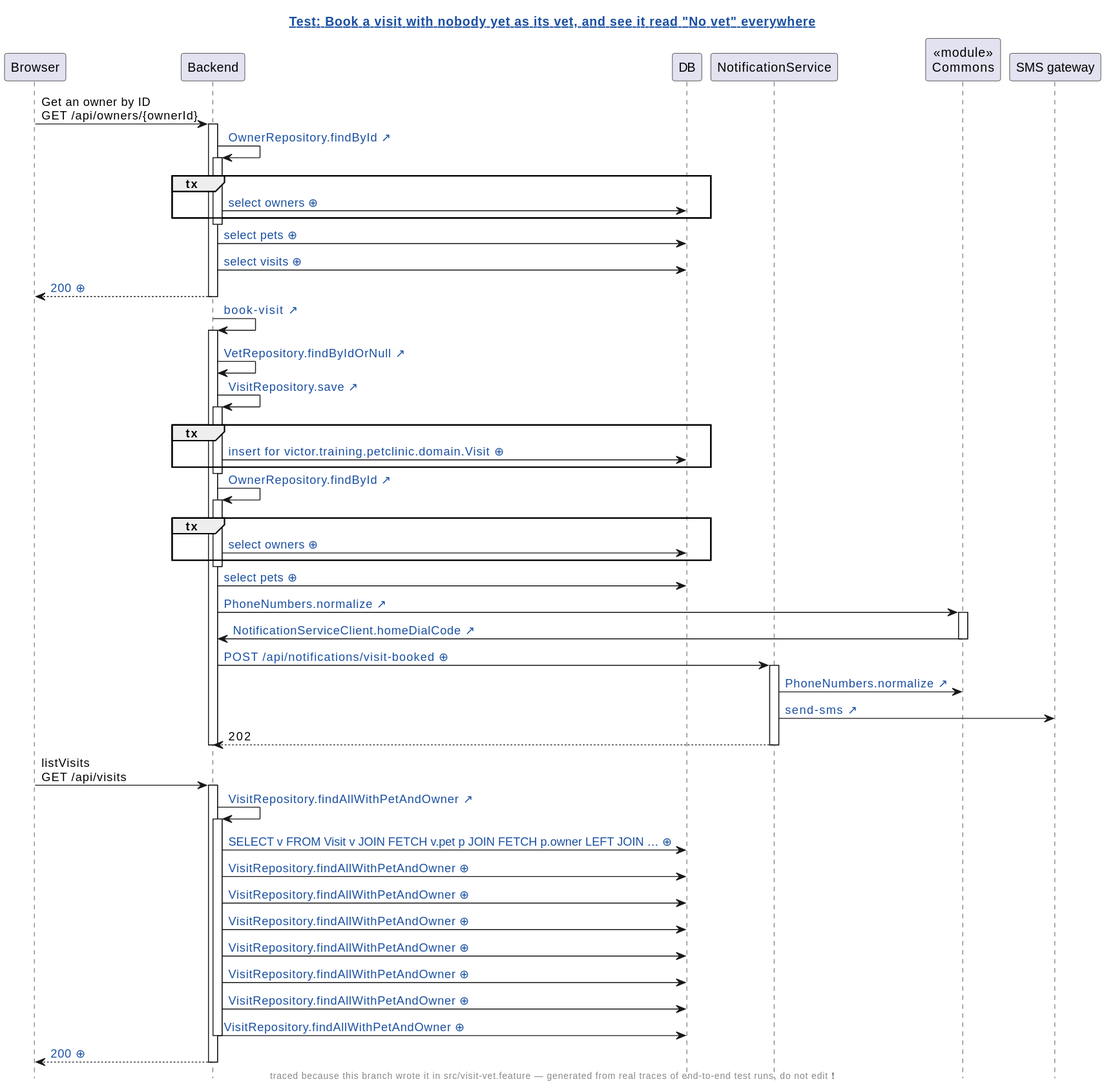
This is demo/demo/assets/diagrams/petclinic-test_generated_visit-vet.feature.book-a-visit-with-nobody-yet-as-its-vet-and-see-it-read-no-vet-everywhere.genseq.new.svg from AgustinOliver98/human-review, a PlantUML export, as it was before one commit. The source it was exported from:
```plantuml
@startuml
hide footbox
skinparam hyperlinkUnderline false
skinparam hyperlinkColor #1A4FA0
title [[src://petclinic-test/src/visit-vet.feature:22{Click to open the test} Test: Book a visit with nobody yet as its vet, and see it read "No vet" everywhere]]
footer traced because this branch wrote it in src/visit-vet.feature — generated from real traces of end-to-end test runs, do not edit ❗
participant Browser
participant Backend
participant DB
participant NotificationService
participant "«module»\nCommons" as Commons
participant "SMS gateway"
Browser -> Backend: Get an owner by ID\nGET /api/owners/{ownerId}
activate Backend
Backend -> Backend: [[src://petclinic-backend/src/main/java/victor/training/petclinic/repository/OwnerRepository.java:14{Click to open OwnerRepository.findById} OwnerRepository.findById ↗]]
activate Backend
group tx
Backend -> DB: [[genseq://0x8aana{Click for the statement behind this call} select owners ⊕]]
end
deactivate Backend
Backend -> DB: [[genseq://18567ho{Click for the statement behind this call} select pets ⊕]]
Backend -> DB: [[genseq://1eq1h2q{Click for the statement behind this call} select visits ⊕]]
Backend --> Browser: [[genseq://1bhasc1{Click for this call’s JSON body} 200 ⊕]]
deactivate Backend
Backend -> Backend: [[src://petclinic-backend/src/main/java/victor/training/petclinic/rest/OwnerRestController.java:193{Click to open OwnerRestController.bookVisit} book-visit ↗]]
activate Backend
Backend -> Backend: [[src://petclinic-backend/src/main/java/victor/training/petclinic/repository/VetRepository.java:19{Click to open VetRepository.findByIdOrNull} VetRepository.findByIdOrNull ↗]]
Backend -> Backend: [[src://petclinic-backend/src/main/java/victor/training/petclinic/repository/VisitRepository.java:14{Click to open VisitRepository.save} VisitRepository.save ↗]]
activate Backend
group tx
Backend -> DB: [[genseq://1qneoom{Click for the statement behind this call} insert for victor.training.petclinic.domain.Visit ⊕]]
end
deactivate Backend
Backend -> Backend: [[src://petclinic-backend/src/main/java/victor/training/petclinic/repository/OwnerRepository.java:14{Click to open OwnerRepository.findById} OwnerRepository.findById ↗]]
activate Backend
group tx
Backend -> DB: [[genseq://0x8aana{Click for the statement behind this call} select owners ⊕]]
end
deactivate Backend
Backend -> DB: [[genseq://18567ho{Click for the statement behind this call} select pets ⊕]]
Backend -> Commons: [[src://petclinic-commons/src/main/java/victor/training/commons/PhoneNumbers.java:14{Click to open PhoneNumbers.normalize} PhoneNumbers.normalize ↗]]
activate Commons
Commons -> Backend: [[src://petclinic-backend/src/main/java/victor/training/petclinic/notification/NotificationServiceClient.java:45{Click to open NotificationServiceClient.homeDialCode} NotificationServiceClient.homeDialCode ↗]]
deactivate Commons
Backend -> NotificationService: [[genseq://1p4ogm5{Click for this call’s JSON body} POST /api/notifications/visit-booked ⊕]]
activate NotificationService
NotificationService -> Commons: [[src://petclinic-commons/src/main/java/victor/training/commons/PhoneNumbers.java:8{Click to open PhoneNumbers.normalize} PhoneNumbers.normalize ↗]]
NotificationService -> "SMS gateway": [[src://notification-service/src/main/java/victor/training/notification/SmsGateway.java:23{Click to open SmsGateway.send} send-sms ↗]]
NotificationService --> Backend: 202
deactivate NotificationService
deactivate Backend
Browser -> Backend: listVisits\nGET /api/visits
activate Backend
Backend -> Backend: [[src://petclinic-backend/src/main/java/victor/training/petclinic/repository/VisitRepository.java:19{Click to open VisitRepository.findAllWithPetAndOwner} VisitRepository.findAllWithPetAndOwner ↗]]
activate Backend
Backend -> DB: [[genseq://1706k1o{Click for the statement behind this call} SELECT v FROM Visit v JOIN FETCH v.pet p JOIN FETCH p.owner LEFT JOIN … ⊕]]
Backend -> DB: [[genseq://0cvbten{Click for the statement behind this call} VisitRepository.findAllWithPetAndOwner ⊕]]
Backend -> DB: [[genseq://0xm9qzg{Click for the statement behind this call} VisitRepository.findAllWithPetAndOwner ⊕]]
Backend -> DB: [[genseq://070fg5f{Click for the statement behind this call} VisitRepository.findAllWithPetAndOwner ⊕]]
Backend -> DB: [[genseq://1heb9yw{Click for the statement behind this call} VisitRepository.findAllWithPetAndOwner ⊕]]
Backend -> DB: [[genseq://0g8ptx2{Click for the statement behind this call} VisitRepository.findAllWithPetAndOwner ⊕]]
Backend -> DB: [[genseq://0i1m34t{Click for the statement behind this call} VisitRepository.findAllWithPetAndOwner ⊕]]
Backend -> DB: [[genseq://094wceq{Click for the statement behind this call} VisitRepository.findAllWithPetAndOwner ⊕]]
deactivate Backend
Backend --> Browser: [[genseq://0p8wewa{Click for this call’s JSON body} 200 ⊕]]
deactivate Backend
@enduml
```
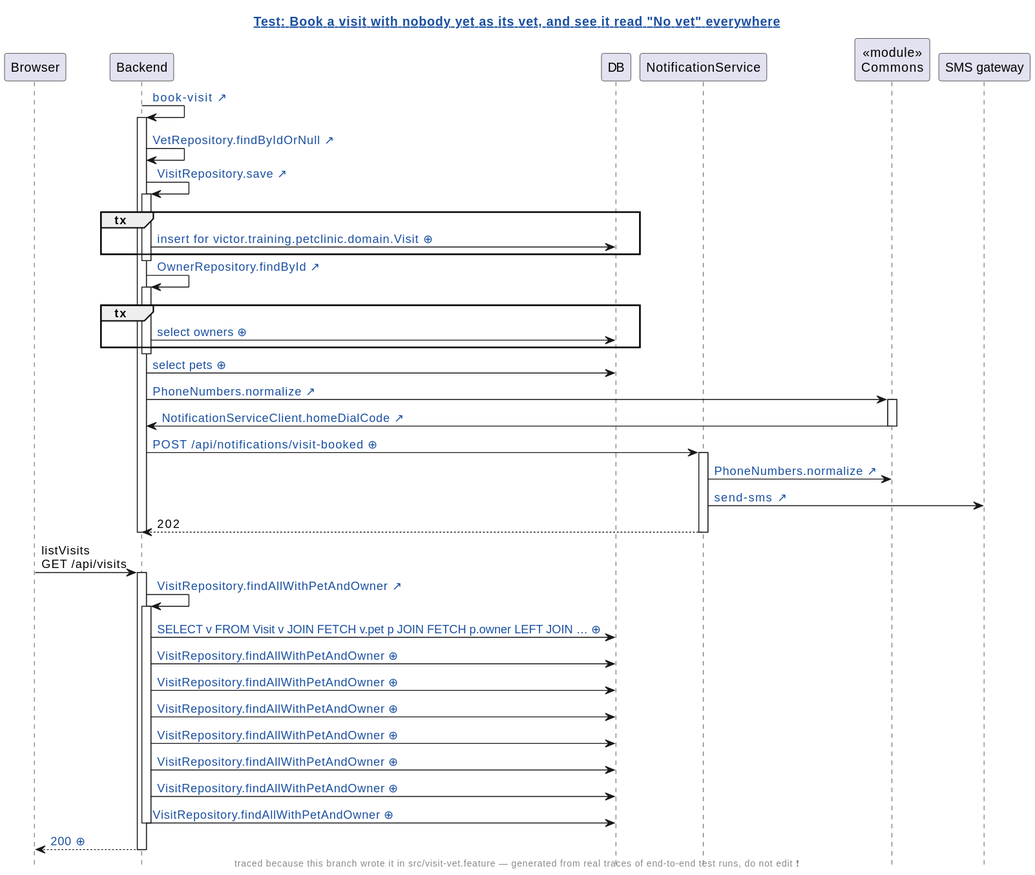
Later version of the same file.

What changed in the source:
```diff
@@ -10,25 +10,13 @@
 participant NotificationService
 participant "«module»\nCommons" as Commons
 participant "SMS gateway"
-Browser -> Backend: Get an owner by ID\nGET /api/owners/{ownerId}
-activate Backend
-Backend -> Backend: [[src://petclinic-backend/src/main/java/victor/training/petclinic/repository/OwnerRepository.java:14{Click to open OwnerRepository.findById} OwnerRepository.findById ↗]]
-activate Backend
-group tx
-Backend -> DB: [[genseq://0x8aana{Click for the statement behind this call} select owners ⊕]]
-end
-deactivate Backend
-Backend -> DB: [[genseq://18567ho{Click for the statement behind this call} select pets ⊕]]
-Backend -> DB: [[genseq://1eq1h2q{Click for the statement behind this call} select visits ⊕]]
-Backend --> Browser: [[genseq://1bhasc1{Click for this call’s JSON body} 200 ⊕]]
-deactivate Backend
 Backend -> Backend: [[src://petclinic-backend/src/main/java/victor/training/petclinic/rest/OwnerRestController.java:193{Click to open OwnerRestController.bookVisit} book-visit ↗]]
 activate Backend
 Backend -> Backend: [[src://petclinic-backend/src/main/java/victor/training/petclinic/repository/VetRepository.java:19{Click to open VetRepository.findByIdOrNull} VetRepository.findByIdOrNull ↗]]
 Backend -> Backend: [[src://petclinic-backend/src/main/java/victor/training/petclinic/repository/VisitRepository.java:14{Click to open VisitRepository.save} VisitRepository.save ↗]]
 activate Backend
 group tx
-Backend -> DB: [[genseq://1qneoom{Click for the statement behind this call} insert for victor.training.petclinic.domain.Visit ⊕]]
+Backend -> DB: [[genseq://0triyg9{Click for the statement behind this call} insert for victor.training.petclinic.domain.Visit ⊕]]
 end
 deactivate Backend
 Backend -> Backend: [[src://petclinic-backend/src/main/java/victor/training/petclinic/repository/OwnerRepository.java:14{Click to open OwnerRepository.findById} OwnerRepository.findById ↗]]
```
